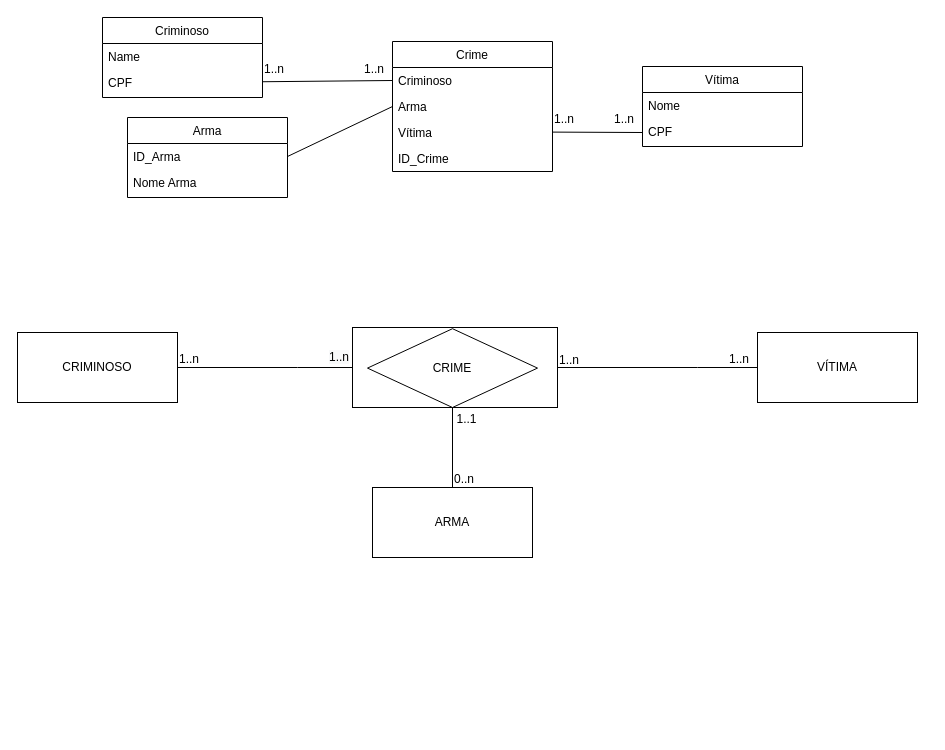
FelipeABortolini/Exercicios-Curso-Proway keeps this draw.io diagram as SQL/14_07/exercicioCriminoso.drawio. Above is the earlier version. Source tidied: cells renumbered, new cells numbered last; positions are measured from the earlier drawing's top-left corner, leaving out a move shared by most shapes. Both pictures are drawn from the tidied source at 100%, with x=0, y=0 at pixel (17, 17).
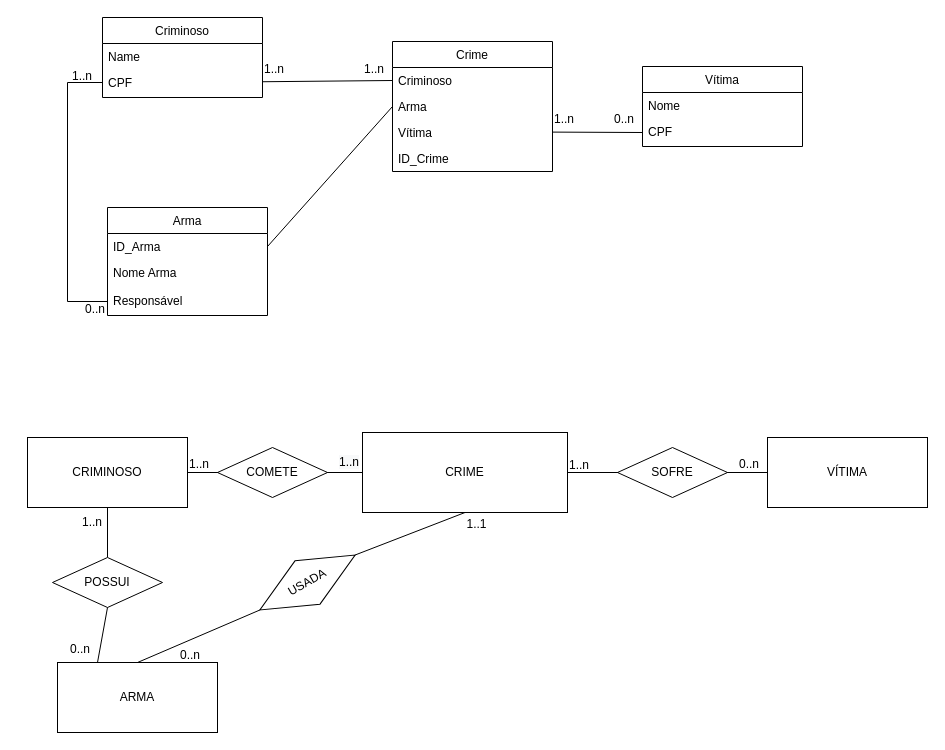
The same page after the edit.

Unchanged cells that the change refers to:
```xml
<mxCell id="4" value="CPF" style="text;align=left;verticalAlign=top;spacingLeft=4;spacingRight=4;overflow=hidden;points=[[0,0.5],[1,0.5]];portConstraint=eastwest;rounded=0;shadow=0;html=0;" parent="2" vertex="1">
  <mxGeometry y="52" width="160" height="26" as="geometry" />
</mxCell>
```

Diff of the diagram source:
```diff
@@
     <mxCell id="14" value="CRIMINOSO" style="rounded=0;whiteSpace=wrap;html=1;" parent="1" vertex="1">
-      <mxGeometry y="315" width="160" height="70" as="geometry" />
+      <mxGeometry x="10" y="420" width="160" height="70" as="geometry" />
     </mxCell>
-    <mxCell id="15" value="&lt;div style=&quot;text-align: justify;&quot;&gt;&lt;br&gt;&lt;/div&gt;" style="rounded=0;whiteSpace=wrap;html=1;align=left;" parent="1" vertex="1">
-      <mxGeometry x="335" y="310" width="205" height="80" as="geometry" />
+    <mxCell id="15" value="&lt;div style=&quot;&quot;&gt;CRIME&lt;br&gt;&lt;/div&gt;" style="rounded=0;whiteSpace=wrap;html=1;align=center;" parent="1" vertex="1">
+      <mxGeometry x="345" y="415" width="205" height="80" as="geometry" />
     </mxCell>
-    <mxCell id="16" value="CRIME" style="rhombus;whiteSpace=wrap;html=1;" parent="1" vertex="1">
-      <mxGeometry x="350" y="311.2" width="170" height="78.8" as="geometry" />
-    </mxCell>
     <mxCell id="17" value="VÍTIMA" style="rounded=0;whiteSpace=wrap;html=1;" parent="1" vertex="1">
-      <mxGeometry x="740" y="315" width="160" height="70" as="geometry" />
+      <mxGeometry x="750" y="420" width="160" height="70" as="geometry" />
     </mxCell>
     <mxCell id="18" style="endArrow=none;html=1;rounded=0;exitX=1;exitY=0.5;exitDx=0;exitDy=0;entryX=0;entryY=0.5;entryDx=0;entryDy=0;startArrow=none;" parent="1" edge="1" target="15">
       <mxGeometry relative="1" as="geometry">
-        <mxPoint x="280" y="350" as="sourcePoint" />
+        <mxPoint x="290" y="455" as="sourcePoint" />
       </mxGeometry>
     </mxCell>
     <mxCell id="19" style="endArrow=none;html=1;rounded=0;exitX=1;exitY=0.5;exitDx=0;exitDy=0;startArrow=none;entryX=0;entryY=0.5;entryDx=0;entryDy=0;" parent="1" edge="1" target="17">
       <mxGeometry relative="1" as="geometry">
-        <mxPoint x="680" y="350" as="sourcePoint" />
+        <mxPoint x="690" y="455" as="sourcePoint" />
       </mxGeometry>
     </mxCell>
     <mxCell id="20" style="endArrow=none;html=1;rounded=0;exitX=1;exitY=0.5;exitDx=0;exitDy=0;" parent="1" edge="1" source="14">
       <mxGeometry relative="1" as="geometry">
-        <mxPoint x="280" y="350" as="targetPoint" />
+        <mxPoint x="290" y="455" as="targetPoint" />
       </mxGeometry>
     </mxCell>
     <mxCell id="21" style="endArrow=none;html=1;rounded=0;startArrow=none;exitX=1;exitY=0.5;exitDx=0;exitDy=0;" parent="1" edge="1" source="15">
       <mxGeometry relative="1" as="geometry">
-        <mxPoint x="680" y="350" as="targetPoint" />
+        <mxPoint x="690" y="455" as="targetPoint" />
       </mxGeometry>
     </mxCell>
     <mxCell id="22" value="1..n" style="align=left;verticalAlign=bottom;labelBackgroundColor=none;fontSize=12;direction=south;" parent="1" vertex="1">
-      <mxGeometry x="160" y="350" as="geometry" />
+      <mxGeometry x="170" y="455" as="geometry" />
     </mxCell>
     <mxCell id="23" value="&lt;span style=&quot;color: rgb(0, 0, 0); font-family: Helvetica; font-size: 12px; font-style: normal; font-variant-ligatures: normal; font-variant-caps: normal; font-weight: 400; letter-spacing: normal; orphans: 2; text-align: left; text-indent: 0px; text-transform: none; widows: 2; word-spacing: 0px; -webkit-text-stroke-width: 0px; background-color: rgb(248, 249, 250); text-decoration-thickness: initial; text-decoration-style: initial; text-decoration-color: initial; float: none; display: inline !important;&quot;&gt;1..n&lt;/span&gt;" style="text;whiteSpace=wrap;html=1;" parent="1" vertex="1">
-      <mxGeometry x="310" y="326.2" width="50" height="40" as="geometry" />
+      <mxGeometry x="320" y="431.2" width="50" height="40" as="geometry" />
     </mxCell>
     <mxCell id="24" value="1..n" style="align=left;verticalAlign=bottom;labelBackgroundColor=none;fontSize=12;direction=south;" parent="1" vertex="1">
-      <mxGeometry x="540" y="350.6" as="geometry" />
+      <mxGeometry x="550" y="455.6" as="geometry" />
     </mxCell>
-    <mxCell id="25" value="1..n" style="align=left;verticalAlign=bottom;labelBackgroundColor=none;fontSize=12;direction=south;" parent="1" vertex="1">
-      <mxGeometry x="710" y="350" as="geometry" />
+    <mxCell id="25" value="0..n" style="align=left;verticalAlign=bottom;labelBackgroundColor=none;fontSize=12;direction=west;" parent="1" vertex="1">
+      <mxGeometry x="720" y="455" as="geometry" />
     </mxCell>
     <mxCell id="26" value="ARMA" style="rounded=0;whiteSpace=wrap;html=1;" parent="1" vertex="1">
-      <mxGeometry x="355" y="470" width="160" height="70" as="geometry" />
+      <mxGeometry x="40" y="645" width="160" height="70" as="geometry" />
     </mxCell>
-    <mxCell id="27" style="endArrow=none;html=1;rounded=0;entryX=0.5;entryY=1;entryDx=0;entryDy=0;exitX=0.5;exitY=0;exitDx=0;exitDy=0;" parent="1" edge="1" source="26" target="16">
+    <mxCell id="27" style="endArrow=none;html=1;rounded=0;entryX=0.5;entryY=1;entryDx=0;entryDy=0;exitX=1;exitY=0.5;exitDx=0;exitDy=0;startArrow=none;" parent="1" edge="1" source="46" target="15">
       <mxGeometry relative="1" as="geometry" />
     </mxCell>
     <mxCell id="28" value="0..n" style="align=left;verticalAlign=bottom;labelBackgroundColor=none;fontSize=12;direction=south;" parent="1" vertex="1">
-      <mxGeometry x="435" y="470" as="geometry" />
+      <mxGeometry x="165" y="630" as="geometry">
+        <mxPoint x="-4" y="16" as="offset" />
+      </mxGeometry>
     </mxCell>
     <mxCell id="29" value="1..1" style="align=left;verticalAlign=bottom;labelBackgroundColor=none;fontSize=12;direction=south;" parent="1" vertex="1">
-      <mxGeometry x="437.5" y="410" as="geometry" />
+      <mxGeometry x="447.5" y="515" as="geometry" />
     </mxCell>
@@
-    <mxCell id="33" value="1..n" style="align=left;verticalAlign=bottom;labelBackgroundColor=none;fontSize=12;direction=south;" parent="1" vertex="1">
+    <mxCell id="33" value="0..n" style="align=left;verticalAlign=bottom;labelBackgroundColor=none;fontSize=12;direction=south;" parent="1" vertex="1">
       <mxGeometry x="595" y="110" as="geometry" />
     </mxCell>
     <mxCell id="34" value="Arma" style="swimlane;fontStyle=0;align=center;verticalAlign=top;horizontal=1;startSize=26;rounded=0;shadow=0;strokeWidth=1;" parent="1" vertex="1">
-      <mxGeometry x="110" y="100" width="160" height="80" as="geometry" />
+      <mxGeometry x="90" y="190" width="160" height="108" as="geometry" />
     </mxCell>
@@
+    <mxCell id="39" value="Responsável" style="text;align=left;verticalAlign=top;spacingLeft=4;spacingRight=4;overflow=hidden;points=[[0,0.5],[1,0.5]];portConstraint=eastwest;" parent="34" vertex="1">
+      <mxGeometry y="80" width="160" height="28" as="geometry" />
+    </mxCell>
@@
+    <mxCell id="40" style="endArrow=none;html=1;rounded=0;entryX=0;entryY=0.5;entryDx=0;entryDy=0;exitX=0;exitY=0.5;exitDx=0;exitDy=0;" parent="1" edge="1" source="39" target="4">
+      <mxGeometry relative="1" as="geometry">
+        <Array as="points">
+          <mxPoint x="50" y="284" />
+          <mxPoint x="50" y="65" />
+        </Array>
+      </mxGeometry>
+    </mxCell>
+    <mxCell id="41" style="endArrow=none;html=1;rounded=0;entryX=0.5;entryY=1;entryDx=0;entryDy=0;exitX=0.5;exitY=0;exitDx=0;exitDy=0;" parent="1" edge="1" source="48" target="14">
+      <mxGeometry relative="1" as="geometry" />
+    </mxCell>
+    <mxCell id="42" value="0..n" style="align=left;verticalAlign=bottom;labelBackgroundColor=none;fontSize=12;direction=south;" parent="1" vertex="1">
+      <mxGeometry x="60" y="630" as="geometry">
+        <mxPoint x="-9" y="10" as="offset" />
+      </mxGeometry>
+    </mxCell>
+    <mxCell id="43" value="1..n" style="align=left;verticalAlign=bottom;labelBackgroundColor=none;fontSize=12;direction=south;" parent="1" vertex="1">
+      <mxGeometry x="20" y="600" as="geometry">
+        <mxPoint x="43" y="-87" as="offset" />
+      </mxGeometry>
+    </mxCell>
+    <mxCell id="44" value="1..n" style="align=left;verticalAlign=bottom;labelBackgroundColor=none;fontSize=12;direction=south;" parent="1" vertex="1">
+      <mxGeometry x="10" y="154" as="geometry">
+        <mxPoint x="43" y="-87" as="offset" />
+      </mxGeometry>
+    </mxCell>
+    <mxCell id="45" value="0..n" style="align=left;verticalAlign=bottom;labelBackgroundColor=none;fontSize=12;direction=south;" parent="1" vertex="1">
+      <mxGeometry x="70" y="640" as="geometry">
+        <mxPoint x="-4" y="-340" as="offset" />
+      </mxGeometry>
+    </mxCell>
+    <mxCell id="16" value="SOFRE" style="rhombus;whiteSpace=wrap;html=1;" parent="1" vertex="1">
+      <mxGeometry x="600" y="430" width="110" height="50" as="geometry" />
+    </mxCell>
+    <mxCell id="46" value="USADA" style="rhombus;whiteSpace=wrap;html=1;rotation=-30;" parent="1" vertex="1">
+      <mxGeometry x="235" y="540" width="110" height="50" as="geometry" />
+    </mxCell>
+    <mxCell id="47" style="endArrow=none;html=1;rounded=0;entryX=0;entryY=0.5;entryDx=0;entryDy=0;exitX=0.5;exitY=0;exitDx=0;exitDy=0;" parent="1" edge="1" source="26" target="46">
+      <mxGeometry relative="1" as="geometry" />
+    </mxCell>
+    <mxCell id="48" value="POSSUI" style="rhombus;whiteSpace=wrap;html=1;rotation=0;" parent="1" vertex="1">
+      <mxGeometry x="35" y="540" width="110" height="50" as="geometry" />
+    </mxCell>
+    <mxCell id="49" style="endArrow=none;html=1;rounded=0;exitX=0.25;exitY=0;exitDx=0;exitDy=0;entryX=0.5;entryY=1;entryDx=0;entryDy=0;" parent="1" edge="1" source="26" target="48">
+      <mxGeometry relative="1" as="geometry" />
+    </mxCell>
+    <mxCell id="50" value="COMETE" style="rhombus;whiteSpace=wrap;html=1;rotation=0;" parent="1" vertex="1">
+      <mxGeometry x="200" y="430" width="110" height="50" as="geometry" />
+    </mxCell>
```
